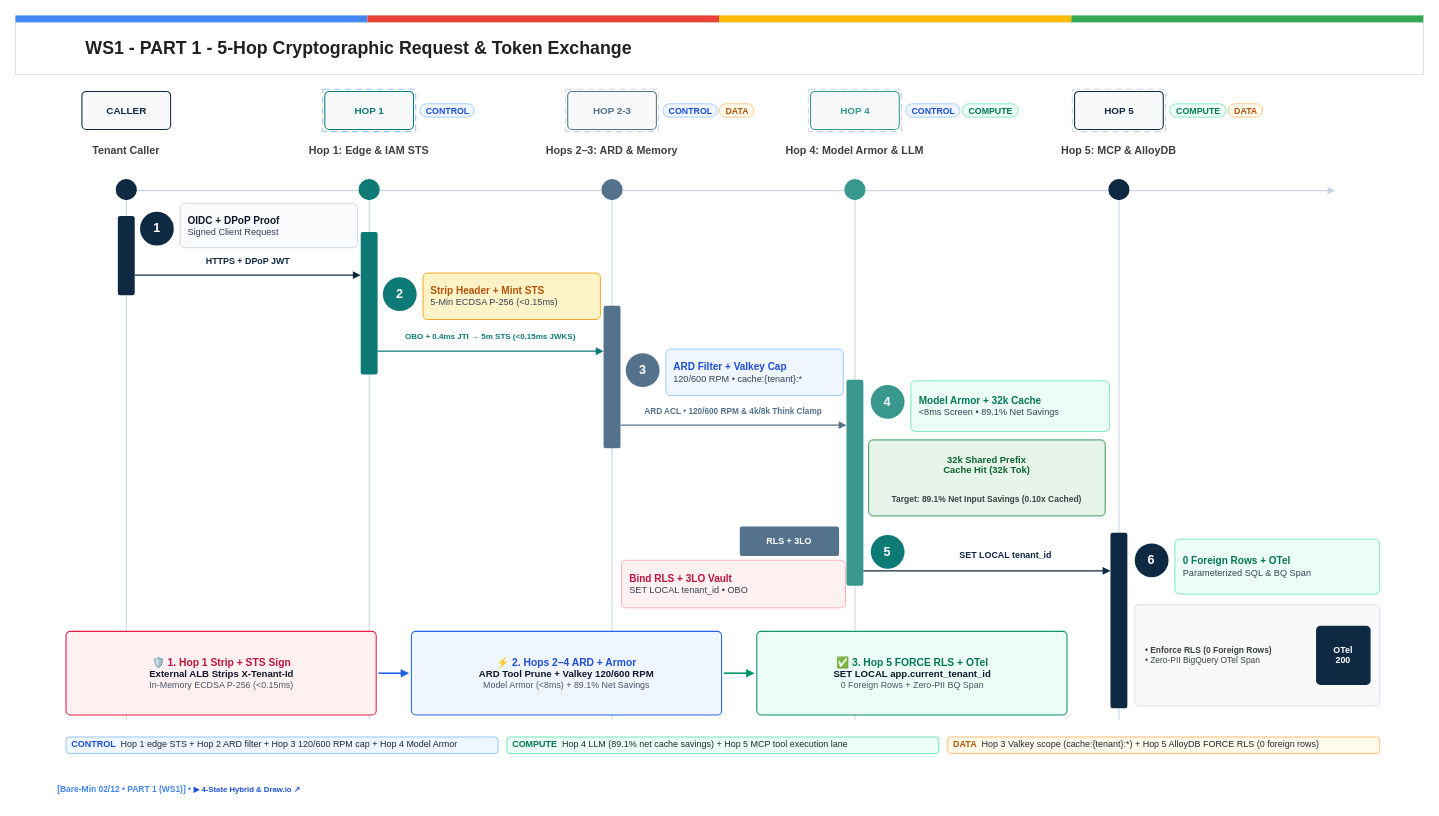
Above: diagrams/compendium/drawio/ws1-c4-l3-process-sequence-swimlane.drawio in nitinaggarwal-12/blogs (draw.io), before the change. Source tidied: cells renumbered, new cells numbered last; positions are measured from the earlier drawing's top-left corner, leaving out a move shared by most shapes. Both pictures are drawn from the tidied source at 88%, with x=0, y=0 at pixel (15, 15).
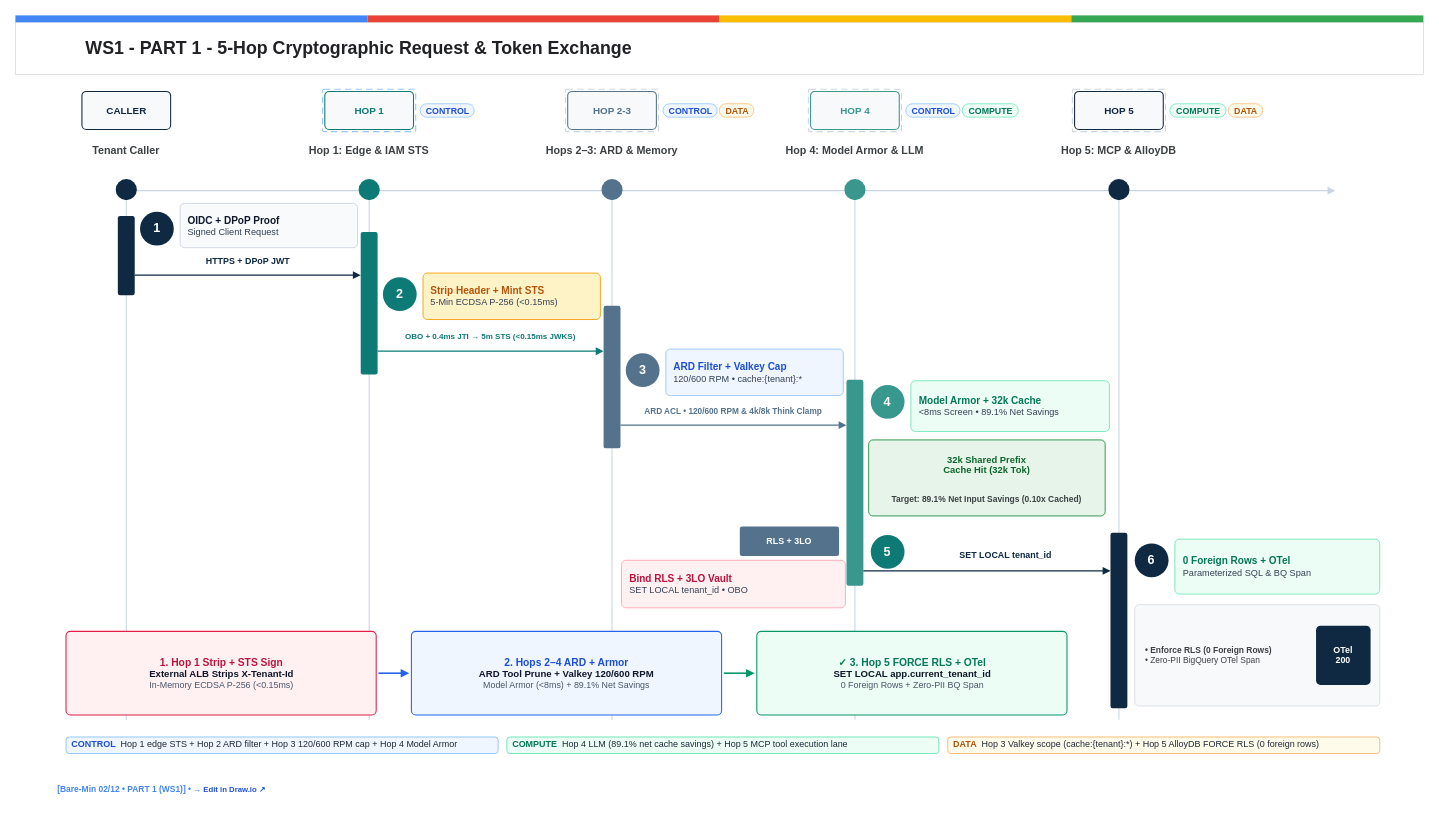
The same diagram, later.

Change to the diagram source:
```diff
@@
-    <mxCell id="74" value="&lt;div style=&quot;line-height:1.06;margin:0;padding:0;&quot;&gt;&lt;span style=&quot;font-size:9.6px;color:#4285F4;&quot;&gt;&lt;b&gt;[Bare-Min 02/12 • PART 1 (WS1)]  •  &lt;/b&gt;&lt;/span&gt;&lt;span style=&quot;font-size:8.8px;color:#1D4ED8;&quot;&gt;&lt;b&gt;▶ 4-State Hybrid &amp;amp; Draw.io ↗&lt;/b&gt;&lt;/span&gt;&lt;/div&gt;" style="html=1;whiteSpace=wrap;rounded=0;fillColor=none;strokeColor=none;fontColor=#4285F4;fontSize=9.6;align=left;verticalAlign=middle;spacing=0;spacingLeft=0;spacingRight=0;spacingTop=0;spacingBottom=0;" parent="1" vertex="1">
+    <mxCell id="74" value="&lt;div style=&quot;line-height:1.06;margin:0;padding:0;&quot;&gt;&lt;span style=&quot;font-size:9.6px;color:#4285F4;&quot;&gt;&lt;b&gt;[Bare-Min 02/12 • PART 1 (WS1)]  •  &lt;/b&gt;&lt;/span&gt;&lt;span style=&quot;font-size:8.8px;color:#1D4ED8;&quot;&gt;&lt;b&gt;→ Edit in Draw.io ↗&lt;/b&gt;&lt;/span&gt;&lt;/div&gt;" style="html=1;whiteSpace=wrap;rounded=0;fillColor=none;strokeColor=none;fontColor=#4285F4;fontSize=9.6;align=left;verticalAlign=middle;spacing=0;spacingLeft=0;spacingRight=0;spacingTop=0;spacingBottom=0;" parent="1" vertex="1">
       <mxGeometry x="48" y="866.4" width="1504" height="26.4" as="geometry" />
     </mxCell>
-    <mxCell id="75" value="&lt;div style=&quot;line-height:1.06;margin:0;padding:0;&quot;&gt;&lt;span style=&quot;font-size:11.7px;color:#BE123C;&quot;&gt;&lt;b&gt;🛡️ 1. Hop 1 Strip + STS Sign&lt;/b&gt;&lt;/span&gt;&lt;/div&gt;&lt;div style=&quot;line-height:1.06;margin:0;padding:0;&quot;&gt;&lt;span style=&quot;font-size:10.9px;color:#0F172A;&quot;&gt;&lt;b&gt;External ALB Strips X-Tenant-Id&lt;/b&gt;&lt;/span&gt;&lt;/div&gt;&lt;div style=&quot;line-height:1.06;margin:0;padding:0;&quot;&gt;&lt;span style=&quot;font-size:10.1px;color:#475569;&quot;&gt;In-Memory ECDSA P-256 (&amp;lt;0.15ms)&lt;/span&gt;&lt;/div&gt;" style="html=1;whiteSpace=wrap;rounded=1;absoluteArcSize=1;arcSize=10;fillColor=#FFF1F2;strokeColor=#E11D48;strokeWidth=1.2;fontColor=#BE123C;fontSize=11.7;align=center;verticalAlign=middle;spacing=0;spacingLeft=10;spacingRight=10;spacingTop=5;spacingBottom=5;" parent="1" vertex="1">
+    <mxCell id="75" value="&lt;div style=&quot;line-height:1.06;margin:0;padding:0;&quot;&gt;&lt;span style=&quot;font-size:11.7px;color:#BE123C;&quot;&gt;&lt;b&gt;1. Hop 1 Strip + STS Sign&lt;/b&gt;&lt;/span&gt;&lt;/div&gt;&lt;div style=&quot;line-height:1.06;margin:0;padding:0;&quot;&gt;&lt;span style=&quot;font-size:10.9px;color:#0F172A;&quot;&gt;&lt;b&gt;External ALB Strips X-Tenant-Id&lt;/b&gt;&lt;/span&gt;&lt;/div&gt;&lt;div style=&quot;line-height:1.06;margin:0;padding:0;&quot;&gt;&lt;span style=&quot;font-size:10.1px;color:#475569;&quot;&gt;In-Memory ECDSA P-256 (&amp;lt;0.15ms)&lt;/span&gt;&lt;/div&gt;" style="html=1;whiteSpace=wrap;rounded=1;absoluteArcSize=1;arcSize=10;fillColor=#FFF1F2;strokeColor=#E11D48;strokeWidth=1.2;fontColor=#BE123C;fontSize=11.7;align=center;verticalAlign=middle;spacing=0;spacingLeft=10;spacingRight=10;spacingTop=5;spacingBottom=5;" parent="1" vertex="1">
       <mxGeometry x="57.5" y="700" width="352.5" height="95" as="geometry" />
     </mxCell>
-    <mxCell id="76" value="&lt;div style=&quot;line-height:1.06;margin:0;padding:0;&quot;&gt;&lt;span style=&quot;font-size:11.7px;color:#1D4ED8;&quot;&gt;&lt;b&gt;⚡ 2. Hops 2–4 ARD + Armor&lt;/b&gt;&lt;/span&gt;&lt;/div&gt;&lt;div style=&quot;line-height:1.06;margin:0;padding:0;&quot;&gt;&lt;span style=&quot;font-size:10.9px;color:#0F172A;&quot;&gt;&lt;b&gt;ARD Tool Prune + Valkey 120/600 RPM&lt;/b&gt;&lt;/span&gt;&lt;/div&gt;&lt;div style=&quot;line-height:1.06;margin:0;padding:0;&quot;&gt;&lt;span style=&quot;font-size:10.1px;color:#475569;&quot;&gt;Model Armor (&amp;lt;8ms) + 89.1% Net Savings&lt;/span&gt;&lt;/div&gt;" style="html=1;whiteSpace=wrap;rounded=1;absoluteArcSize=1;arcSize=10;fillColor=#EFF6FF;strokeColor=#2563EB;strokeWidth=1.2;fontColor=#1D4ED8;fontSize=11.7;align=center;verticalAlign=middle;spacing=0;spacingLeft=10;spacingRight=10;spacingTop=5;spacingBottom=5;" parent="1" vertex="1">
+    <mxCell id="76" value="&lt;div style=&quot;line-height:1.06;margin:0;padding:0;&quot;&gt;&lt;span style=&quot;font-size:11.7px;color:#1D4ED8;&quot;&gt;&lt;b&gt;2. Hops 2–4 ARD + Armor&lt;/b&gt;&lt;/span&gt;&lt;/div&gt;&lt;div style=&quot;line-height:1.06;margin:0;padding:0;&quot;&gt;&lt;span style=&quot;font-size:10.9px;color:#0F172A;&quot;&gt;&lt;b&gt;ARD Tool Prune + Valkey 120/600 RPM&lt;/b&gt;&lt;/span&gt;&lt;/div&gt;&lt;div style=&quot;line-height:1.06;margin:0;padding:0;&quot;&gt;&lt;span style=&quot;font-size:10.1px;color:#475569;&quot;&gt;Model Armor (&amp;lt;8ms) + 89.1% Net Savings&lt;/span&gt;&lt;/div&gt;" style="html=1;whiteSpace=wrap;rounded=1;absoluteArcSize=1;arcSize=10;fillColor=#EFF6FF;strokeColor=#2563EB;strokeWidth=1.2;fontColor=#1D4ED8;fontSize=11.7;align=center;verticalAlign=middle;spacing=0;spacingLeft=10;spacingRight=10;spacingTop=5;spacingBottom=5;" parent="1" vertex="1">
       <mxGeometry x="450" y="700" width="352.5" height="95" as="geometry" />
     </mxCell>
-    <mxCell id="77" value="&lt;div style=&quot;line-height:1.06;margin:0;padding:0;&quot;&gt;&lt;span style=&quot;font-size:11.7px;color:#047857;&quot;&gt;&lt;b&gt;✅ 3. Hop 5 FORCE RLS + OTel&lt;/b&gt;&lt;/span&gt;&lt;/div&gt;&lt;div style=&quot;line-height:1.06;margin:0;padding:0;&quot;&gt;&lt;span style=&quot;font-size:10.9px;color:#0F172A;&quot;&gt;&lt;b&gt;SET LOCAL app.current_tenant_id&lt;/b&gt;&lt;/span&gt;&lt;/div&gt;&lt;div style=&quot;line-height:1.06;margin:0;padding:0;&quot;&gt;&lt;span style=&quot;font-size:10.1px;color:#475569;&quot;&gt;0 Foreign Rows + Zero-PII BQ Span&lt;/span&gt;&lt;/div&gt;" style="html=1;whiteSpace=wrap;rounded=1;absoluteArcSize=1;arcSize=10;fillColor=#ECFDF5;strokeColor=#059669;strokeWidth=1.2;fontColor=#047857;fontSize=11.7;align=center;verticalAlign=middle;spacing=0;spacingLeft=10;spacingRight=10;spacingTop=5;spacingBottom=5;" parent="1" vertex="1">
+    <mxCell id="77" value="&lt;div style=&quot;line-height:1.06;margin:0;padding:0;&quot;&gt;&lt;span style=&quot;font-size:11.7px;color:#047857;&quot;&gt;&lt;b&gt;✓ 3. Hop 5 FORCE RLS + OTel&lt;/b&gt;&lt;/span&gt;&lt;/div&gt;&lt;div style=&quot;line-height:1.06;margin:0;padding:0;&quot;&gt;&lt;span style=&quot;font-size:10.9px;color:#0F172A;&quot;&gt;&lt;b&gt;SET LOCAL app.current_tenant_id&lt;/b&gt;&lt;/span&gt;&lt;/div&gt;&lt;div style=&quot;line-height:1.06;margin:0;padding:0;&quot;&gt;&lt;span style=&quot;font-size:10.1px;color:#475569;&quot;&gt;0 Foreign Rows + Zero-PII BQ Span&lt;/span&gt;&lt;/div&gt;" style="html=1;whiteSpace=wrap;rounded=1;absoluteArcSize=1;arcSize=10;fillColor=#ECFDF5;strokeColor=#059669;strokeWidth=1.2;fontColor=#047857;fontSize=11.7;align=center;verticalAlign=middle;spacing=0;spacingLeft=10;spacingRight=10;spacingTop=5;spacingBottom=5;" parent="1" vertex="1">
       <mxGeometry x="842.5" y="700" width="352.5" height="95" as="geometry" />
     </mxCell>
```
